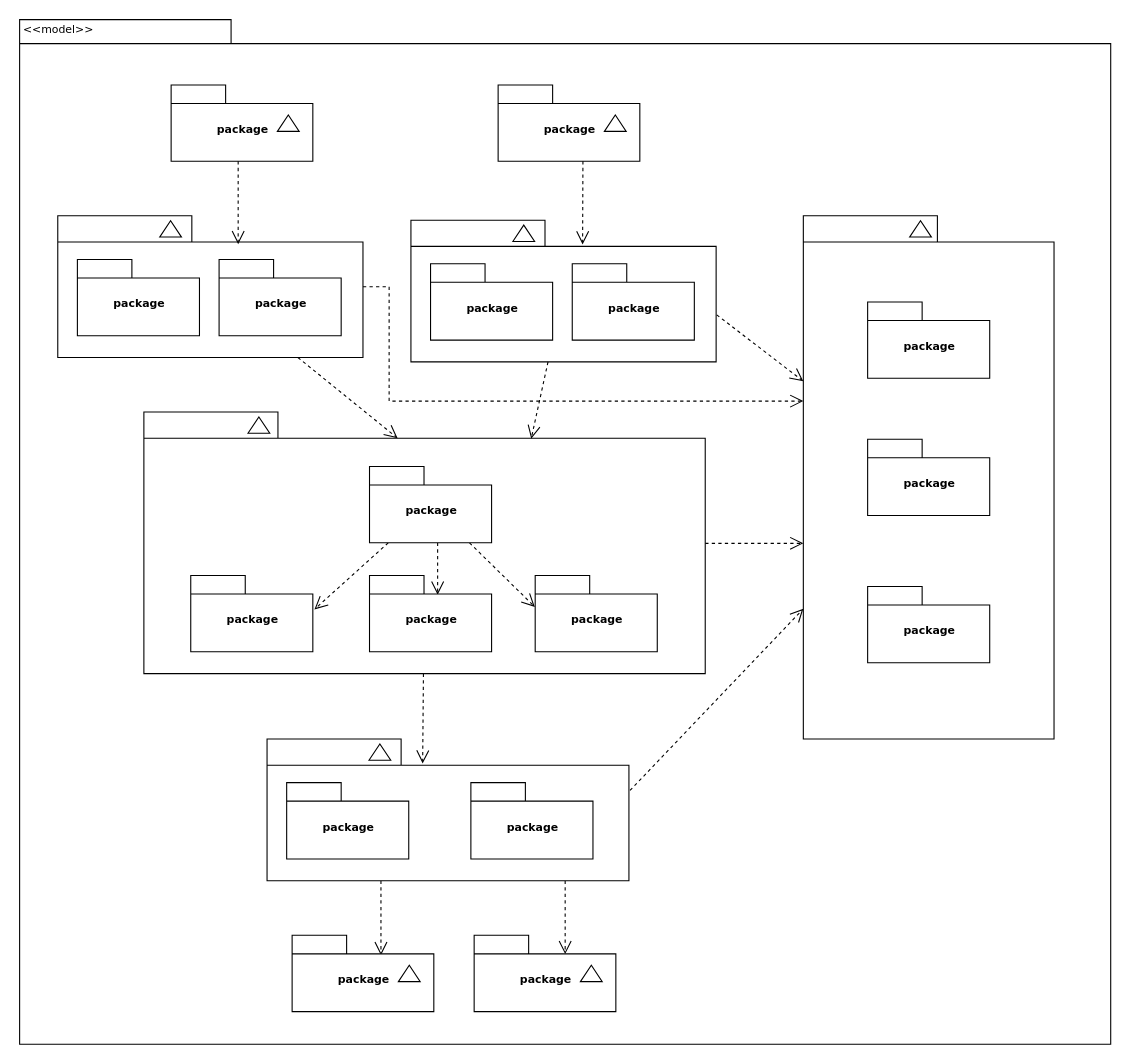
The draw.io diagram HBnB Evolution - Package Diagram.drawio in JacobsDevs/HBnB_evolution, before the edit. Source tidied: cells renumbered, new cells numbered last; positions are measured from the earlier drawing's top-left corner, leaving out a move shared by most shapes. Both pictures are drawn from the tidied source at 109%, with x=0, y=0 at pixel (19, 19).
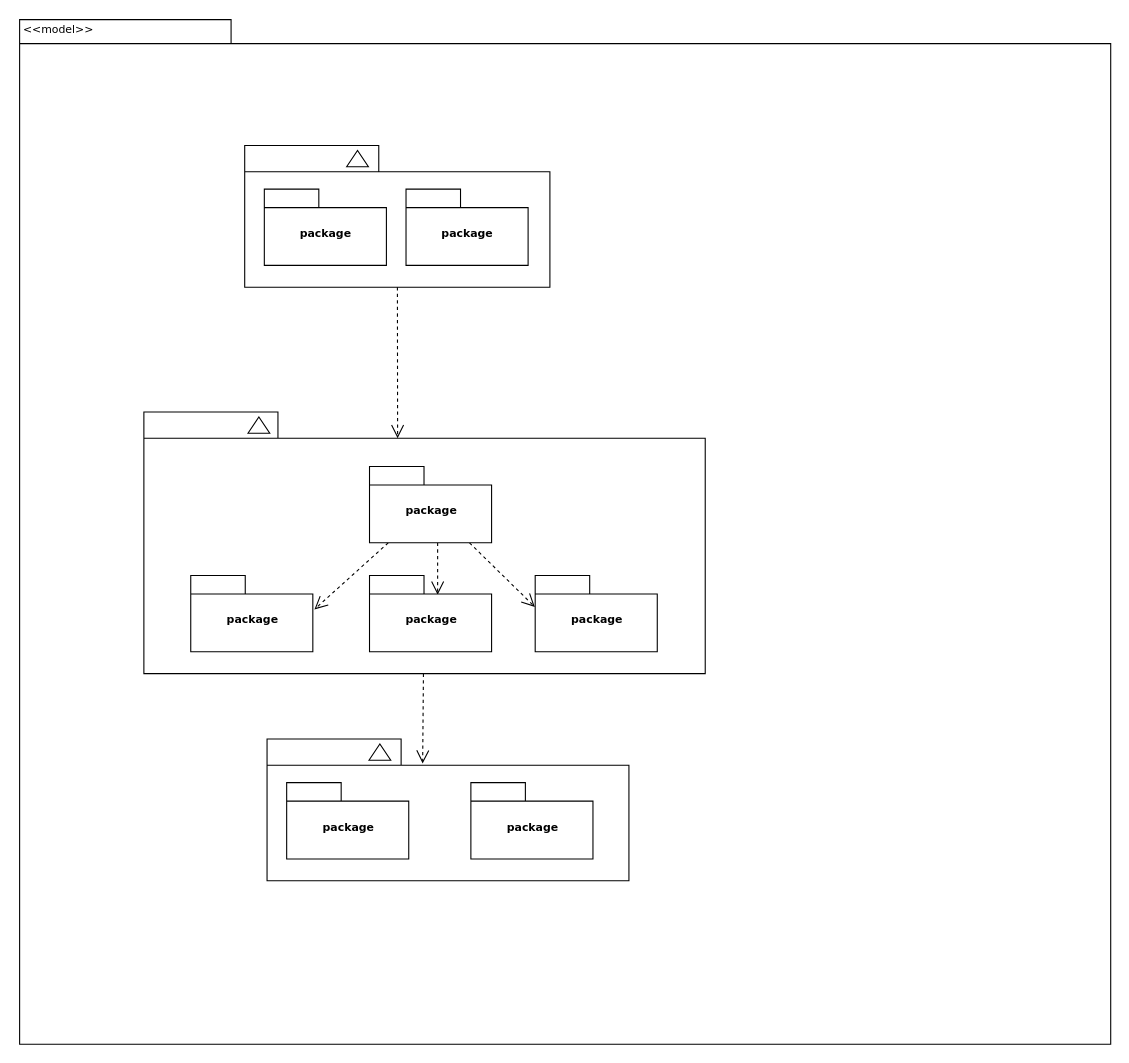
The same page after the edit.

Unchanged cells that the change refers to:
```xml
<mxCell id="10" style="shape=folder;fontStyle=1;spacingTop=10;tabWidth=123;tabHeight=24;tabPosition=left;html=1;rounded=0;shadow=0;comic=0;labelBackgroundColor=none;strokeWidth=1;fontFamily=Verdana;fontSize=10;align=center;" parent="9" vertex="1">
  <mxGeometry width="280" height="130" as="geometry" />
</mxCell>
<mxCell id="28" style="shape=folder;fontStyle=1;spacingTop=10;tabWidth=123;tabHeight=24;tabPosition=left;html=1;rounded=0;shadow=0;comic=0;labelBackgroundColor=none;strokeColor=#000000;strokeWidth=1;fillColor=#ffffff;fontFamily=Verdana;fontSize=10;fontColor=#000000;align=center;" parent="1" vertex="1">
  <mxGeometry x="114.5" y="360.5" width="515" height="240" as="geometry" />
</mxCell>
<mxCell id="39" style="shape=folder;fontStyle=1;spacingTop=10;tabWidth=123;tabHeight=24;tabPosition=left;html=1;rounded=0;shadow=0;comic=0;labelBackgroundColor=none;strokeWidth=1;fontFamily=Verdana;fontSize=10;align=center;" parent="1" vertex="1">
  <mxGeometry x="227.5" y="660.5" width="332" height="130" as="geometry" />
</mxCell>
```

The edit, as a diff of the source:
```diff
@@
-    <mxCell id="3" style="group;" parent="1" vertex="1">
-      <mxGeometry x="139.5" y="60.5" width="130" height="70" as="geometry" />
-    </mxCell>
-    <mxCell id="4" value="package" style="shape=folder;fontStyle=1;spacingTop=10;tabWidth=50;tabHeight=17;tabPosition=left;html=1;rounded=0;shadow=0;comic=0;labelBackgroundColor=none;strokeWidth=1;fontFamily=Verdana;fontSize=10;align=center;" parent="3" vertex="1">
-      <mxGeometry width="130" height="70" as="geometry" />
-    </mxCell>
-    <mxCell id="5" style="triangle;whiteSpace=wrap;html=1;rounded=0;shadow=0;comic=0;labelBackgroundColor=none;strokeWidth=1;fontFamily=Verdana;fontSize=10;align=center;rotation=-90;" parent="3" vertex="1">
-      <mxGeometry x="100" y="25" width="15" height="20" as="geometry" />
-    </mxCell>
-    <mxCell id="6" style="group;" parent="1" vertex="1">
-      <mxGeometry x="439.5" y="60.5" width="130" height="70" as="geometry" />
-    </mxCell>
-    <mxCell id="7" value="package" style="shape=folder;fontStyle=1;spacingTop=10;tabWidth=50;tabHeight=17;tabPosition=left;html=1;rounded=0;shadow=0;comic=0;labelBackgroundColor=none;strokeWidth=1;fontFamily=Verdana;fontSize=10;align=center;" parent="6" vertex="1">
-      <mxGeometry width="130" height="70" as="geometry" />
-    </mxCell>
-    <mxCell id="8" style="triangle;whiteSpace=wrap;html=1;rounded=0;shadow=0;comic=0;labelBackgroundColor=none;strokeWidth=1;fontFamily=Verdana;fontSize=10;align=center;rotation=-90;" parent="6" vertex="1">
-      <mxGeometry x="100" y="25" width="15" height="20" as="geometry" />
-    </mxCell>
     <mxCell id="9" style="group;" parent="1" vertex="1">
-      <mxGeometry x="35.5" y="180.5" width="280" height="130" as="geometry" />
+      <mxGeometry x="207" y="116" width="280" height="130" as="geometry" />
     </mxCell>
@@
-    <mxCell id="14" style="group;" parent="1" vertex="1">
-      <mxGeometry x="359.5" y="184.5" width="280" height="130" as="geometry" />
-    </mxCell>
-    <mxCell id="15" style="shape=folder;fontStyle=1;spacingTop=10;tabWidth=123;tabHeight=24;tabPosition=left;html=1;rounded=0;shadow=0;comic=0;labelBackgroundColor=none;strokeWidth=1;fontFamily=Verdana;fontSize=10;align=center;" parent="14" vertex="1">
-      <mxGeometry width="280" height="130" as="geometry" />
-    </mxCell>
-    <mxCell id="16" style="triangle;whiteSpace=wrap;html=1;rounded=0;shadow=0;comic=0;labelBackgroundColor=none;strokeWidth=1;fontFamily=Verdana;fontSize=10;align=center;rotation=-90;" parent="14" vertex="1">
-      <mxGeometry x="96" y="2" width="15" height="20" as="geometry" />
-    </mxCell>
-    <mxCell id="17" value="package" style="shape=folder;fontStyle=1;spacingTop=10;tabWidth=50;tabHeight=17;tabPosition=left;html=1;rounded=0;shadow=0;comic=0;labelBackgroundColor=none;strokeWidth=1;fontFamily=Verdana;fontSize=10;align=center;" parent="14" vertex="1">
-      <mxGeometry x="18" y="40" width="112" height="70" as="geometry" />
-    </mxCell>
-    <mxCell id="18" value="package" style="shape=folder;fontStyle=1;spacingTop=10;tabWidth=50;tabHeight=17;tabPosition=left;html=1;rounded=0;shadow=0;comic=0;labelBackgroundColor=none;strokeWidth=1;fontFamily=Verdana;fontSize=10;align=center;" parent="14" vertex="1">
-      <mxGeometry x="148" y="40" width="112" height="70" as="geometry" />
-    </mxCell>
-    <mxCell id="19" style="group;" parent="1" vertex="1">
-      <mxGeometry x="719.5" y="180.5" width="230" height="480" as="geometry" />
-    </mxCell>
-    <mxCell id="20" style="group;" parent="19" vertex="1">
-      <mxGeometry width="230" height="480" as="geometry" />
-    </mxCell>
-    <mxCell id="21" style="shape=folder;fontStyle=1;spacingTop=10;tabWidth=123;tabHeight=24;tabPosition=left;html=1;rounded=0;shadow=0;comic=0;labelBackgroundColor=none;strokeWidth=1;fontFamily=Verdana;fontSize=10;align=center;" parent="20" vertex="1">
-      <mxGeometry width="230" height="480" as="geometry" />
-    </mxCell>
-    <mxCell id="22" style="triangle;whiteSpace=wrap;html=1;rounded=0;shadow=0;comic=0;labelBackgroundColor=none;strokeWidth=1;fontFamily=Verdana;fontSize=10;align=center;rotation=-90;" parent="20" vertex="1">
-      <mxGeometry x="100" y="2" width="15" height="20" as="geometry" />
-    </mxCell>
-    <mxCell id="23" value="package" style="shape=folder;fontStyle=1;spacingTop=10;tabWidth=50;tabHeight=17;tabPosition=left;html=1;rounded=0;shadow=0;comic=0;labelBackgroundColor=none;strokeWidth=1;fontFamily=Verdana;fontSize=10;align=center;" parent="20" vertex="1">
-      <mxGeometry x="59" y="79" width="112" height="70" as="geometry" />
-    </mxCell>
-    <mxCell id="24" value="package" style="shape=folder;fontStyle=1;spacingTop=10;tabWidth=50;tabHeight=17;tabPosition=left;html=1;rounded=0;shadow=0;comic=0;labelBackgroundColor=none;strokeWidth=1;fontFamily=Verdana;fontSize=10;align=center;" parent="20" vertex="1">
-      <mxGeometry x="59" y="205" width="112" height="70" as="geometry" />
-    </mxCell>
-    <mxCell id="25" value="package" style="shape=folder;fontStyle=1;spacingTop=10;tabWidth=50;tabHeight=17;tabPosition=left;html=1;rounded=0;shadow=0;comic=0;labelBackgroundColor=none;strokeWidth=1;fontFamily=Verdana;fontSize=10;align=center;" parent="20" vertex="1">
-      <mxGeometry x="59" y="340" width="112" height="70" as="geometry" />
-    </mxCell>
@@
-    <mxCell id="27" style="edgeStyle=elbowEdgeStyle;rounded=0;html=1;dashed=1;labelBackgroundColor=none;startFill=0;endArrow=open;endFill=0;endSize=10;fontFamily=Verdana;fontSize=10;elbow=vertical;" parent="1" edge="1" source="28" target="21">
-      <mxGeometry relative="1" as="geometry" />
-    </mxCell>
@@
-    <mxCell id="36" style="edgeStyle=elbowEdgeStyle;rounded=0;html=1;entryX=0.628;entryY=0.26;entryPerimeter=0;dashed=1;labelBackgroundColor=none;startFill=0;endArrow=open;endFill=0;endSize=10;fontFamily=Verdana;fontSize=10;" parent="1" edge="1" source="39" target="45">
-      <mxGeometry relative="1" as="geometry" />
-    </mxCell>
-    <mxCell id="37" style="edgeStyle=elbowEdgeStyle;rounded=0;html=1;entryX=0.643;entryY=0.246;entryPerimeter=0;dashed=1;labelBackgroundColor=none;startFill=0;endArrow=open;endFill=0;endSize=10;fontFamily=Verdana;fontSize=10;" parent="1" edge="1" source="39" target="48">
-      <mxGeometry relative="1" as="geometry" />
-    </mxCell>
-    <mxCell id="38" style="edgeStyle=none;rounded=0;html=1;dashed=1;labelBackgroundColor=none;startFill=0;endArrow=open;endFill=0;endSize=10;fontFamily=Verdana;fontSize=10;exitX=1.003;exitY=0.363;exitPerimeter=0;" parent="1" edge="1" source="39" target="21">
-      <mxGeometry relative="1" as="geometry" />
-    </mxCell>
@@
-    <mxCell id="44" style="group;" parent="1" vertex="1">
-      <mxGeometry x="250.5" y="840.6" width="130" height="70" as="geometry" />
-    </mxCell>
-    <mxCell id="45" value="package" style="shape=folder;fontStyle=1;spacingTop=10;tabWidth=50;tabHeight=17;tabPosition=left;html=1;rounded=0;shadow=0;comic=0;labelBackgroundColor=none;strokeWidth=1;fontFamily=Verdana;fontSize=10;align=center;" parent="44" vertex="1">
-      <mxGeometry width="130" height="70" as="geometry" />
-    </mxCell>
-    <mxCell id="46" style="triangle;whiteSpace=wrap;html=1;rounded=0;shadow=0;comic=0;labelBackgroundColor=none;strokeWidth=1;fontFamily=Verdana;fontSize=10;align=center;rotation=-90;" parent="44" vertex="1">
-      <mxGeometry x="100" y="25" width="15" height="20" as="geometry" />
-    </mxCell>
-    <mxCell id="47" style="group;" parent="1" vertex="1">
-      <mxGeometry x="417.5" y="840.6" width="130" height="70" as="geometry" />
-    </mxCell>
-    <mxCell id="48" value="package" style="shape=folder;fontStyle=1;spacingTop=10;tabWidth=50;tabHeight=17;tabPosition=left;html=1;rounded=0;shadow=0;comic=0;labelBackgroundColor=none;strokeWidth=1;fontFamily=Verdana;fontSize=10;align=center;" parent="47" vertex="1">
-      <mxGeometry width="130" height="70" as="geometry" />
-    </mxCell>
-    <mxCell id="49" style="triangle;whiteSpace=wrap;html=1;rounded=0;shadow=0;comic=0;labelBackgroundColor=none;strokeWidth=1;fontFamily=Verdana;fontSize=10;align=center;rotation=-90;" parent="47" vertex="1">
-      <mxGeometry x="100" y="25" width="15" height="20" as="geometry" />
-    </mxCell>
-    <mxCell id="50" style="rounded=0;html=1;dashed=1;labelBackgroundColor=none;startFill=0;endArrow=open;endFill=0;endSize=10;fontFamily=Verdana;fontSize=10;entryX=0.592;entryY=0.2;entryPerimeter=0;edgeStyle=elbowEdgeStyle;" parent="1" edge="1" source="4" target="10">
-      <mxGeometry relative="1" as="geometry" />
-    </mxCell>
-    <mxCell id="51" style="rounded=0;html=1;dashed=1;labelBackgroundColor=none;startFill=0;endArrow=open;endFill=0;endSize=10;fontFamily=Verdana;fontSize=10;entryX=0.592;entryY=0.2;entryPerimeter=0;edgeStyle=elbowEdgeStyle;" parent="1" edge="1">
-      <mxGeometry relative="1" as="geometry">
-        <mxPoint x="517.3" y="130.5" as="sourcePoint" />
-        <mxPoint x="517.3" y="206.8" as="targetPoint" />
-      </mxGeometry>
-    </mxCell>
@@
-    <mxCell id="53" style="edgeStyle=none;rounded=0;html=1;entryX=0.69;entryY=0.102;entryPerimeter=0;dashed=1;labelBackgroundColor=none;startFill=0;endArrow=open;endFill=0;endSize=10;fontFamily=Verdana;fontSize=10;" parent="1" edge="1" source="15" target="28">
-      <mxGeometry relative="1" as="geometry" />
-    </mxCell>
-    <mxCell id="54" style="edgeStyle=none;rounded=0;html=1;dashed=1;labelBackgroundColor=none;startFill=0;endArrow=open;endFill=0;endSize=10;fontFamily=Verdana;fontSize=10;exitX=1.002;exitY=0.668;exitPerimeter=0;" parent="1" edge="1" source="15" target="21">
-      <mxGeometry relative="1" as="geometry" />
-    </mxCell>
-    <mxCell id="55" style="edgeStyle=orthogonalEdgeStyle;rounded=0;html=1;dashed=1;labelBackgroundColor=none;startFill=0;endArrow=open;endFill=0;endSize=10;fontFamily=Verdana;fontSize=10;" parent="1" edge="1" source="10" target="21">
-      <mxGeometry relative="1" as="geometry">
-        <Array as="points">
-          <mxPoint x="339.5" y="245.5" />
-          <mxPoint x="339.5" y="350.5" />
-        </Array>
-      </mxGeometry>
-    </mxCell>
```
